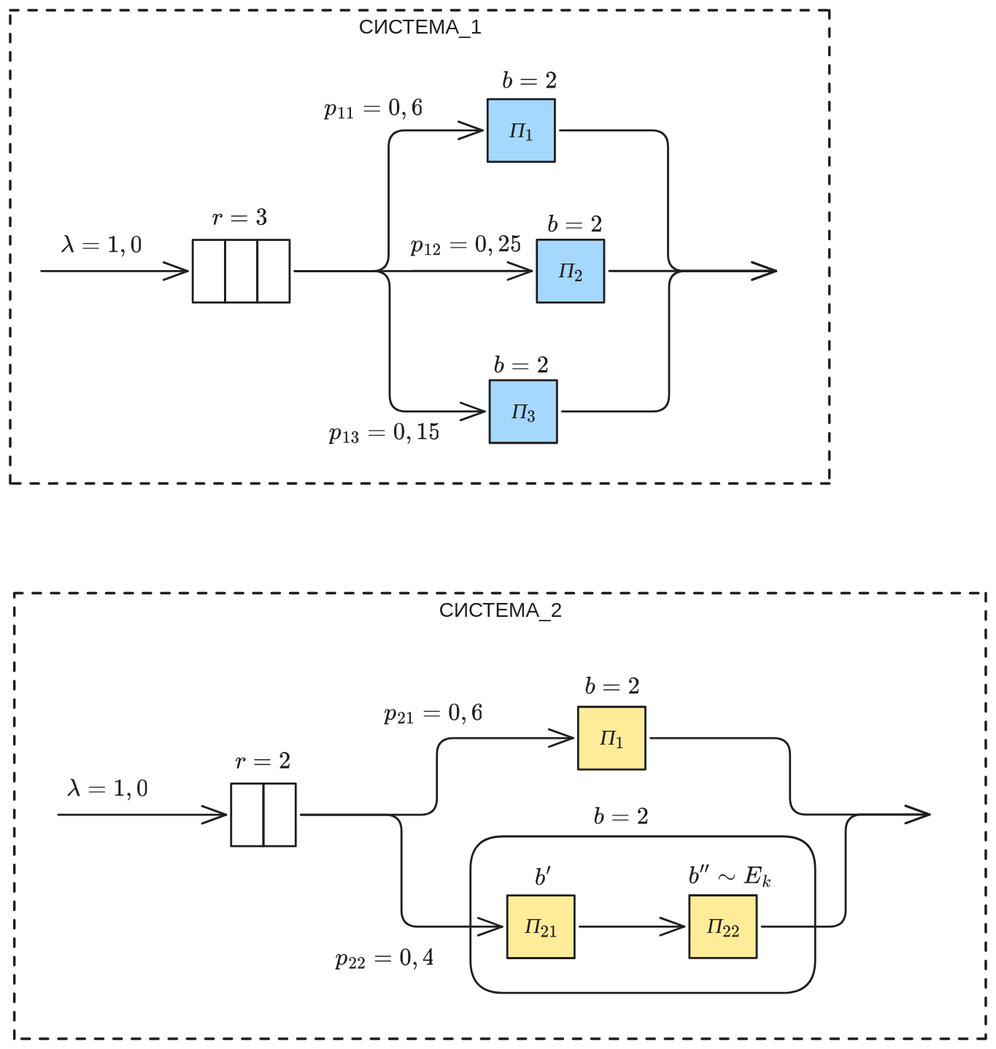
This is lab-2/res/modelling-lab-2.excalidraw.svg from e1turin/itmo-modelling-queuing-theory, a Excalidraw export, as it was before one commit. Source tidied: one line per element, renumbered; positions are measured from the earlier drawing's top-left corner, leaving out a move shared by most shapes.
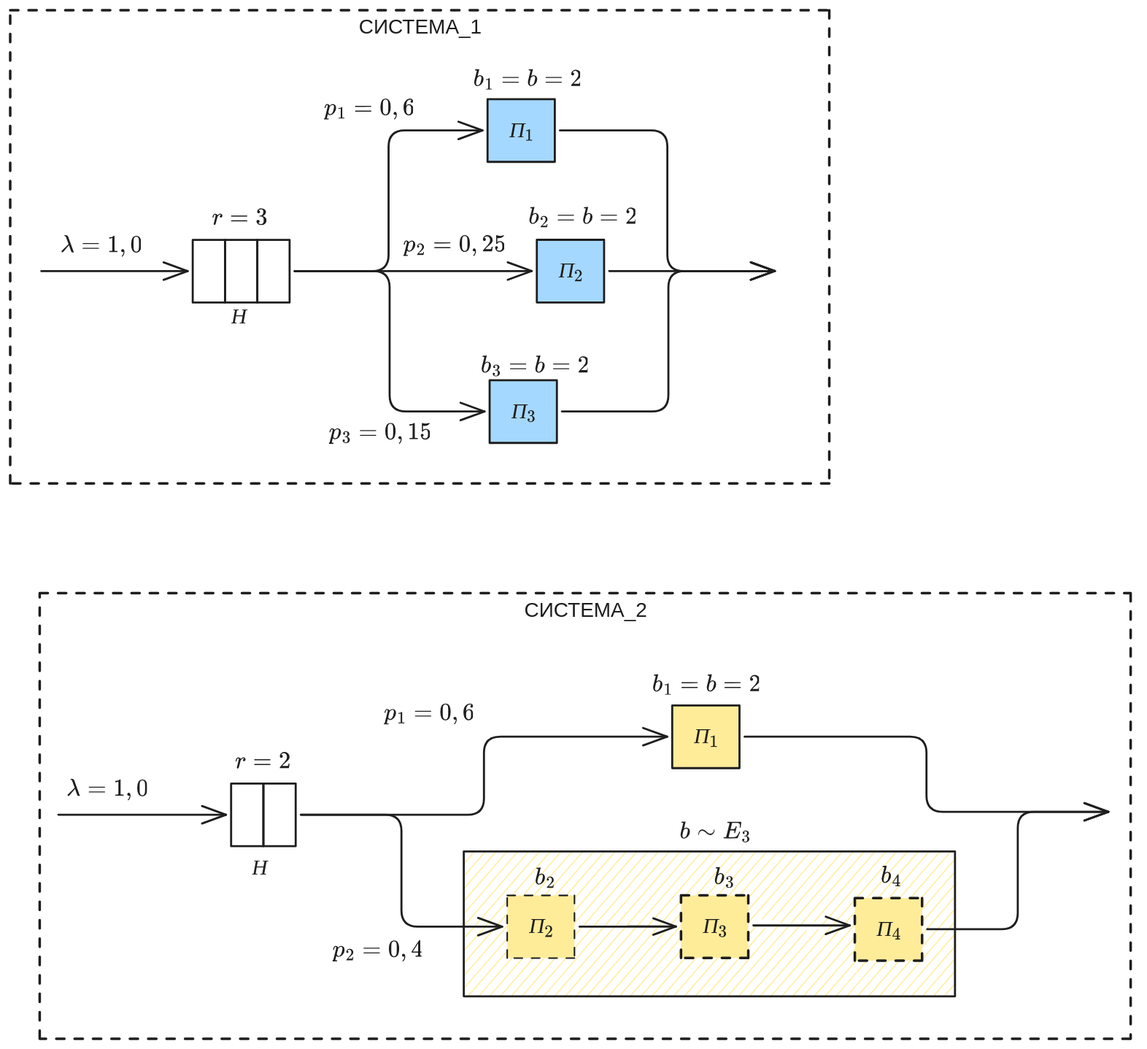
After the change.

What changed in the source:
```diff
@@ -1,7 +1,8 @@
+{"id": 53, "type": "rectangle", "strokeColor": "#1e1e1e", "backgroundColor": "#ffec99", "fillStyle": "hachure", "strokeWidth": 2, "roughness": 0, "x": 444, "y": 823, "width": 481, "height": 142}
+{"id": 2, "type": "rectangle", "strokeColor": "#1e1e1e", "strokeWidth": 2, "strokeStyle": "dashed", "roughness": 0, "x": 0, "y": 0, "width": 802, "height": 463}
+{"id": 3, "type": "text", "text": "СИСТЕМА_1", "strokeColor": "#1e1e1e", "strokeWidth": 2, "roughness": 0, "fontSize": 20, "fontFamily": 2, "textAlign": "center", "inside": 2, "x": 341, "y": 5, "width": 120, "height": 23}
-{"id": 0, "type": "rectangle", "strokeColor": "#1e1e1e", "strokeWidth": 2, "strokeStyle": "dashed", "roughness": 0, "x": 4, "y": 570, "width": 951, "height": 436}
+{"id": 0, "type": "rectangle", "strokeColor": "#1e1e1e", "strokeWidth": 2, "strokeStyle": "dashed", "roughness": 0, "x": 29, "y": 570, "width": 1068, "height": 436}
-{"id": 1, "type": "text", "text": "СИСТЕМА_2", "strokeColor": "#1e1e1e", "strokeWidth": 2, "roughness": 0, "fontSize": 20, "fontFamily": 2, "textAlign": "center", "inside": 0, "x": 419, "y": 575, "width": 120, "height": 23}
+{"id": 1, "type": "text", "text": "СИСТЕМА_2", "strokeColor": "#1e1e1e", "strokeWidth": 2, "roughness": 0, "fontSize": 20, "fontFamily": 2, "textAlign": "center", "inside": 0, "x": 503, "y": 575, "width": 120, "height": 23}
-{"id": 2, "type": "rectangle", "strokeColor": "#1e1e1e", "strokeWidth": 2, "strokeStyle": "dashed", "roughness": 0, "x": 0, "y": 0, "width": 802, "height": 463}
-{"id": 3, "type": "text", "text": "СИСТЕМА_1", "strokeColor": "#1e1e1e", "strokeWidth": 2, "roughness": 0, "fontSize": 20, "fontFamily": 2, "textAlign": "center", "inside": 2, "x": 341, "y": 5, "width": 120, "height": 23}
 {"id": 4, "type": "rectangle", "strokeColor": "#1e1e1e", "backgroundColor": "#a5d8ff", "fillStyle": "solid", "strokeWidth": 2, "roughness": 0, "x": 467, "y": 87, "width": 66, "height": 61}
 {"id": 5, "type": "text", "text": "П_1", "strokeColor": "#1e1e1e", "strokeWidth": 2, "roughness": 0, "fontSize": 20, "fontFamily": 2, "textAlign": "center", "verticalAlign": "middle", "inside": 4, "x": 488, "y": 106, "width": 24, "height": 23}
 {"id": 6, "type": "rectangle", "strokeColor": "#1e1e1e", "backgroundColor": "#a5d8ff", "fillStyle": "solid", "strokeWidth": 2, "roughness": 0, "x": 516, "y": 225, "width": 66, "height": 61}
@@ -15,42 +16,48 @@
 {"id": 14, "type": "arrow", "strokeColor": "#1e1e1e", "strokeWidth": 2, "roughness": 0, "endArrowhead": "arrow", "from": 12, "to": 6, "x": 279, "y": 255, "width": 232, "height": 0, "points": [[0, 0], [116, 0], [116, 0], [232, 0]]}
 {"id": 15, "type": "arrow", "strokeColor": "#1e1e1e", "strokeWidth": 2, "roughness": 0, "endArrowhead": "arrow", "from": 12, "to": 8, "x": 279, "y": 255, "width": 186, "height": 137, "points": [[0, 0], [93, 0], [93, 137], [186, 137]]}
 {"id": 16, "type": "ellipse", "strokeColor": "transparent", "strokeWidth": 2, "roughness": 0, "x": 3, "y": 244, "width": 23, "height": 23}
-{"id": 17, "type": "ellipse", "strokeColor": "transparent", "strokeWidth": 2, "roughness": 0, "x": 755, "y": 244, "width": 23, "height": 23}
+{"id": 17, "type": "ellipse", "strokeColor": "transparent", "strokeWidth": 2, "roughness": 0, "x": 754, "y": 244, "width": 23, "height": 23}
-{"id": 18, "type": "arrow", "strokeColor": "#1e1e1e", "strokeWidth": 2, "roughness": 0, "endArrowhead": "arrow", "from": 4, "to": 17, "x": 538, "y": 118, "width": 212, "height": 138, "points": [[0, 0], [106, 0], [106, 138], [212, 138]]}
+{"id": 18, "type": "arrow", "strokeColor": "#1e1e1e", "strokeWidth": 2, "roughness": 0, "endArrowhead": "arrow", "from": 4, "to": 17, "x": 538, "y": 118, "width": 210, "height": 138, "points": [[0, 0], [105, 0], [105, 138], [210, 138]]}
-{"id": 19, "type": "arrow", "strokeColor": "#1e1e1e", "strokeWidth": 2, "roughness": 0, "endArrowhead": "arrow", "from": 6, "to": 17, "x": 587, "y": 255, "width": 163, "height": 0, "points": [[0, 0], [82, 0], [82, 0], [163, 0]]}
+{"id": 19, "type": "arrow", "strokeColor": "#1e1e1e", "strokeWidth": 2, "roughness": 0, "endArrowhead": "arrow", "from": 6, "to": 17, "x": 587, "y": 255, "width": 162, "height": 0, "points": [[0, 0], [81, 0], [81, 0], [162, 0]]}
-{"id": 20, "type": "arrow", "strokeColor": "#1e1e1e", "strokeWidth": 2, "roughness": 0, "endArrowhead": "arrow", "from": 8, "to": 17, "x": 540, "y": 393, "width": 210, "height": 137, "points": [[0, 0], [105, 0], [105, -137], [210, -137]]}
+{"id": 20, "type": "arrow", "strokeColor": "#1e1e1e", "strokeWidth": 2, "roughness": 0, "endArrowhead": "arrow", "from": 8, "to": 17, "x": 540, "y": 393, "width": 208, "height": 137, "points": [[0, 0], [104, 0], [104, -137], [208, -137]]}
 {"id": 21, "type": "arrow", "strokeColor": "#1e1e1e", "strokeWidth": 2, "roughness": 0, "endArrowhead": "arrow", "from": 16, "to": 11, "x": 30, "y": 255, "width": 143, "height": 0, "points": [[0, 0], [72, 0], [72, 0], [143, 0]]}
 {"id": 22, "type": "text", "text": "/la", "strokeColor": "transparent", "strokeWidth": 2, "roughness": 0, "fontSize": 20, "fontFamily": 2, "x": 35, "y": 215, "width": 32, "height": 24}
 {"id": 23, "type": "text", "text": "\\lambda=1,0", "strokeColor": "#1e1e1e", "strokeWidth": 2, "roughness": 0, "fontSize": 20, "fontFamily": 2, "x": 49, "y": 219, "width": 80, "height": 23}
-{"id": 24, "type": "text", "text": "b=2", "strokeColor": "#1e1e1e", "strokeWidth": 2, "roughness": 0, "fontSize": 20, "fontFamily": 2, "x": 482, "y": 58, "width": 54, "height": 23}
+{"id": 24, "type": "text", "text": "b_1=b=2", "strokeColor": "#1e1e1e", "strokeWidth": 2, "roughness": 0, "fontSize": 20, "fontFamily": 2, "x": 453, "y": 56, "width": 105, "height": 23}
-{"id": 25, "type": "text", "text": "b=2", "strokeColor": "#1e1e1e", "strokeWidth": 2, "roughness": 0, "fontSize": 20, "fontFamily": 2, "x": 526, "y": 199, "width": 54, "height": 23}
+{"id": 25, "type": "text", "text": "b_2=b=2", "strokeColor": "#1e1e1e", "strokeWidth": 2, "roughness": 0, "fontSize": 20, "fontFamily": 2, "x": 508, "y": 191, "width": 105, "height": 23}
-{"id": 26, "type": "text", "text": "b=2", "strokeColor": "#1e1e1e", "strokeWidth": 2, "roughness": 0, "fontSize": 20, "fontFamily": 2, "x": 473, "y": 337, "width": 54, "height": 23}
+{"id": 26, "type": "text", "text": "b_3=b=2", "strokeColor": "#1e1e1e", "strokeWidth": 2, "roughness": 0, "fontSize": 20, "fontFamily": 2, "x": 461, "y": 337, "width": 105, "height": 23}
 {"id": 27, "type": "text", "text": "r=3", "strokeColor": "#1e1e1e", "strokeWidth": 2, "roughness": 0, "fontSize": 20, "fontFamily": 2, "x": 197, "y": 192, "width": 55, "height": 23}
-{"id": 28, "type": "rectangle", "strokeColor": "#1e1e1e", "backgroundColor": "#ffec99", "fillStyle": "solid", "strokeWidth": 2, "roughness": 0, "x": 556, "y": 682, "width": 66, "height": 61}
+{"id": 28, "type": "rectangle", "strokeColor": "#1e1e1e", "backgroundColor": "#ffec99", "fillStyle": "solid", "strokeWidth": 2, "roughness": 0, "x": 648, "y": 680, "width": 66, "height": 61}
-{"id": 29, "type": "text", "text": "П_1", "strokeColor": "#1e1e1e", "strokeWidth": 2, "roughness": 0, "fontSize": 20, "fontFamily": 2, "textAlign": "center", "verticalAlign": "middle", "inside": 28, "x": 577, "y": 701, "width": 24, "height": 23}
+{"id": 29, "type": "text", "text": "П_{1}", "strokeColor": "#1e1e1e", "strokeWidth": 2, "roughness": 0, "fontSize": 20, "fontFamily": 2, "textAlign": "center", "verticalAlign": "middle", "inside": 28, "x": 669, "y": 700, "width": 24, "height": 23}
 {"id": 30, "type": "rectangle", "strokeColor": "#1e1e1e", "strokeWidth": 2, "roughness": 0, "x": 216, "y": 757, "width": 32, "height": 61}
 {"id": 31, "type": "rectangle", "strokeColor": "#1e1e1e", "strokeWidth": 2, "roughness": 0, "x": 248, "y": 757, "width": 32, "height": 61}
-{"id": 32, "type": "arrow", "strokeColor": "#1e1e1e", "strokeWidth": 2, "roughness": 0, "endArrowhead": "arrow", "from": 31, "to": 28, "x": 285, "y": 787, "width": 266, "height": 75, "points": [[0, 0], [133, 0], [133, -75], [266, -75]]}
+{"id": 32, "type": "arrow", "strokeColor": "#1e1e1e", "strokeWidth": 2, "roughness": 0, "endArrowhead": "arrow", "from": 31, "to": 28, "x": 285, "y": 787, "width": 359, "height": 76, "points": [[0, 0], [179, 0], [179, -76], [359, -76]]}
 {"id": 33, "type": "arrow", "strokeColor": "#1e1e1e", "strokeWidth": 2, "roughness": 0, "endArrowhead": "arrow", "from": 31, "to": 43, "x": 285, "y": 787, "width": 197, "height": 110, "points": [[0, 0], [99, 0], [99, 110], [197, 110]]}
 {"id": 34, "type": "ellipse", "strokeColor": "transparent", "strokeWidth": 2, "roughness": 0, "x": 19, "y": 776, "width": 23, "height": 23}
-{"id": 35, "type": "ellipse", "strokeColor": "transparent", "strokeWidth": 2, "roughness": 0, "x": 905, "y": 776, "width": 23, "height": 23}
+{"id": 35, "type": "ellipse", "strokeColor": "transparent", "strokeWidth": 2, "roughness": 0, "x": 1080, "y": 773, "width": 23, "height": 23}
-{"id": 36, "type": "arrow", "strokeColor": "#1e1e1e", "strokeWidth": 2, "roughness": 0, "endArrowhead": "arrow", "from": 28, "to": 35, "x": 627, "y": 712, "width": 273, "height": 75, "points": [[0, 0], [137, 0], [137, 75], [273, 75]]}
+{"id": 36, "type": "arrow", "strokeColor": "#1e1e1e", "strokeWidth": 2, "roughness": 0, "endArrowhead": "arrow", "from": 28, "to": 35, "x": 719, "y": 711, "width": 356, "height": 74, "points": [[0, 0], [178, 0], [178, 74], [356, 74]]}
-{"id": 37, "type": "arrow", "strokeColor": "#1e1e1e", "strokeWidth": 2, "roughness": 0, "endArrowhead": "arrow", "from": 45, "to": 35, "x": 736, "y": 897, "width": 164, "height": 110, "points": [[0, 0], [82, 0], [82, -110], [164, -110]]}
+{"id": 37, "type": "arrow", "strokeColor": "#1e1e1e", "strokeWidth": 2, "roughness": 0, "endArrowhead": "arrow", "from": 45, "to": 35, "x": 898, "y": 899, "width": 177, "height": 115, "points": [[0, 0], [89, 0], [89, -115], [177, -115]]}
 {"id": 38, "type": "arrow", "strokeColor": "#1e1e1e", "strokeWidth": 2, "roughness": 0, "endArrowhead": "arrow", "from": 34, "to": 30, "x": 47, "y": 787, "width": 164, "height": 0, "points": [[0, 0], [82, 0], [82, 0], [164, 0]]}
 {"id": 39, "type": "text", "text": "\\lambda=1,0", "strokeColor": "#1e1e1e", "strokeWidth": 2, "roughness": 0, "fontSize": 20, "fontFamily": 2, "x": 55, "y": 751, "width": 80, "height": 23}
-{"id": 40, "type": "text", "text": "b=2", "strokeColor": "#1e1e1e", "strokeWidth": 2, "roughness": 0, "fontSize": 20, "fontFamily": 2, "x": 563, "y": 651, "width": 54, "height": 23}
+{"id": 40, "type": "text", "text": "b_1=b=2", "strokeColor": "#1e1e1e", "strokeWidth": 2, "roughness": 0, "fontSize": 20, "fontFamily": 2, "x": 629, "y": 649, "width": 105, "height": 23}
-{"id": 41, "type": "text", "text": "b=2", "strokeColor": "#1e1e1e", "strokeWidth": 2, "roughness": 0, "fontSize": 20, "fontFamily": 2, "x": 571, "y": 778, "width": 54, "height": 23}
+{"id": 41, "type": "text", "text": "b\\sim E_3", "strokeColor": "#1e1e1e", "strokeWidth": 2, "roughness": 0, "fontSize": 20, "fontFamily": 2, "x": 656, "y": 793, "width": 69, "height": 23}
 {"id": 42, "type": "text", "text": "r=2", "strokeColor": "#1e1e1e", "strokeWidth": 2, "roughness": 0, "fontSize": 20, "fontFamily": 2, "x": 220, "y": 724, "width": 55, "height": 23}
-{"id": 43, "type": "rectangle", "strokeColor": "#1e1e1e", "backgroundColor": "#ffec99", "fillStyle": "solid", "strokeWidth": 2, "roughness": 0, "x": 487, "y": 866, "width": 66, "height": 61}
+{"id": 43, "type": "rectangle", "strokeColor": "#1e1e1e", "backgroundColor": "#ffec99", "fillStyle": "solid", "strokeWidth": 1, "strokeStyle": "dashed", "roughness": 0, "x": 487, "y": 866, "width": 66, "height": 61}
-{"id": 44, "type": "text", "text": "П_{21\n}", "strokeColor": "#1e1e1e", "strokeWidth": 2, "roughness": 0, "fontSize": 20, "fontFamily": 2, "textAlign": "center", "verticalAlign": "middle", "inside": 43, "x": 503, "y": 886, "width": 33, "height": 23}
+{"id": 44, "type": "text", "text": "П_{2}", "strokeColor": "#1e1e1e", "strokeWidth": 2, "roughness": 0, "fontSize": 20, "fontFamily": 2, "textAlign": "center", "verticalAlign": "middle", "inside": 43, "x": 507, "y": 886, "width": 24, "height": 23}
-{"id": 45, "type": "rectangle", "strokeColor": "#1e1e1e", "backgroundColor": "#ffec99", "fillStyle": "solid", "strokeWidth": 2, "roughness": 0, "x": 665, "y": 866, "width": 66, "height": 61}
-{"id": 46, "type": "text", "text": "П_{22\n}", "strokeColor": "#1e1e1e", "strokeWidth": 2, "roughness": 0, "fontSize": 20, "fontFamily": 2, "textAlign": "center", "verticalAlign": "middle", "inside": 45, "x": 682, "y": 885, "width": 33, "height": 23}
+{"id": 56, "type": "rectangle", "strokeColor": "#1e1e1e", "backgroundColor": "#ffec99", "fillStyle": "solid", "strokeWidth": 2, "strokeStyle": "dashed", "roughness": 0, "x": 657, "y": 866, "width": 66, "height": 61}
+{"id": 57, "type": "text", "text": "П_{3}", "strokeColor": "#1e1e1e", "strokeWidth": 2, "roughness": 0, "fontSize": 20, "fontFamily": 2, "textAlign": "center", "verticalAlign": "middle", "inside": 56, "x": 678, "y": 885, "width": 24, "height": 23}
-{"id": 47, "type": "arrow", "strokeColor": "#1e1e1e", "strokeWidth": 2, "roughness": 0, "endArrowhead": "arrow", "from": 43, "to": 45, "x": 558, "y": 897, "width": 102, "height": 0, "points": [[0, 0], [51, 0], [51, 0], [102, 0]]}
+{"id": 47, "type": "arrow", "strokeColor": "#1e1e1e", "strokeWidth": 2, "roughness": 0, "endArrowhead": "arrow", "from": 43, "to": 56, "x": 558, "y": 897, "width": 94, "height": 0, "points": [[0, 0], [47, 0], [47, 0], [94, 0]]}
-{"id": 48, "type": "text", "text": "p_{11}=0,6", "strokeColor": "#1e1e1e", "strokeWidth": 2, "roughness": 0, "fontSize": 20, "fontFamily": 2, "x": 307, "y": 85, "width": 95, "height": 23}
+{"id": 48, "type": "text", "text": "p_{1}=0,6", "strokeColor": "#1e1e1e", "strokeWidth": 2, "roughness": 0, "fontSize": 20, "fontFamily": 2, "x": 307, "y": 85, "width": 87, "height": 23}
-{"id": 49, "type": "text", "text": "p_{13}=0,15", "strokeColor": "#1e1e1e", "strokeWidth": 2, "roughness": 0, "fontSize": 20, "fontFamily": 2, "x": 312, "y": 402, "width": 107, "height": 23}
+{"id": 49, "type": "text", "text": "p_{3}=0,15", "strokeColor": "#1e1e1e", "strokeWidth": 2, "roughness": 0, "fontSize": 20, "fontFamily": 2, "x": 312, "y": 402, "width": 99, "height": 23}
-{"id": 50, "type": "text", "text": "p_{12}=0,25", "strokeColor": "#1e1e1e", "strokeWidth": 2, "roughness": 0, "fontSize": 20, "fontFamily": 2, "x": 392, "y": 218, "width": 107, "height": 23}
+{"id": 50, "type": "text", "text": "p_{2}=0,25", "strokeColor": "#1e1e1e", "strokeWidth": 2, "roughness": 0, "fontSize": 20, "fontFamily": 2, "x": 385, "y": 218, "width": 99, "height": 23}
-{"id": 51, "type": "text", "text": "p_{22}=0,4", "strokeColor": "#1e1e1e", "strokeWidth": 2, "roughness": 0, "fontSize": 20, "fontFamily": 2, "x": 318, "y": 916, "width": 95, "height": 23}
+{"id": 51, "type": "text", "text": "p_{2}=0,4", "strokeColor": "#1e1e1e", "strokeWidth": 2, "roughness": 0, "fontSize": 20, "fontFamily": 2, "x": 316, "y": 909, "width": 87, "height": 23}
-{"id": 52, "type": "text", "text": "p_{21}=0,6", "strokeColor": "#1e1e1e", "strokeWidth": 2, "roughness": 0, "fontSize": 20, "fontFamily": 2, "x": 366, "y": 677, "width": 95, "height": 23}
+{"id": 52, "type": "text", "text": "p_{1}=0,6", "strokeColor": "#1e1e1e", "strokeWidth": 2, "roughness": 0, "fontSize": 20, "fontFamily": 2, "x": 366, "y": 677, "width": 87, "height": 23}
-{"id": 53, "type": "rectangle", "strokeColor": "#1e1e1e", "strokeWidth": 2, "roughness": 0, "round": true, "x": 451, "y": 809, "width": 337, "height": 153}
+{"id": 58, "type": "text", "text": "b_3", "strokeColor": "#1e1e1e", "strokeWidth": 2, "roughness": 0, "fontSize": 20, "fontFamily": 2, "x": 689, "y": 837, "width": 20, "height": 23}
+{"id": 55, "type": "text", "text": "b_2", "strokeColor": "#1e1e1e", "strokeWidth": 2, "roughness": 0, "fontSize": 20, "fontFamily": 2, "x": 514, "y": 838, "width": 20, "height": 23}
+{"id": 59, "type": "text", "text": "Н~", "strokeColor": "#1e1e1e", "strokeWidth": 2, "roughness": 0, "fontSize": 20, "fontFamily": 2, "x": 216, "y": 289, "width": 20, "height": 23}
+{"id": 60, "type": "text", "text": "Н~", "strokeColor": "#1e1e1e", "strokeWidth": 2, "roughness": 0, "fontSize": 20, "fontFamily": 2, "x": 237, "y": 828, "width": 20, "height": 23}
+{"id": 45, "type": "rectangle", "strokeColor": "#1e1e1e", "backgroundColor": "#ffec99", "fillStyle": "solid", "strokeWidth": 2, "strokeStyle": "dashed", "roughness": 0, "x": 827, "y": 869, "width": 66, "height": 61}
+{"id": 46, "type": "text", "text": "П_{4}", "strokeColor": "#1e1e1e", "strokeWidth": 2, "roughness": 0, "fontSize": 20, "fontFamily": 2, "textAlign": "center", "verticalAlign": "middle", "inside": 45, "x": 848, "y": 888, "width": 24, "height": 23}
-{"id": 54, "type": "text", "text": "b''\\sim E_k", "strokeColor": "#1e1e1e", "strokeWidth": 2, "roughness": 0, "fontSize": 20, "fontFamily": 2, "x": 664, "y": 836, "width": 80, "height": 23}
+{"id": 54, "type": "text", "text": "b_4", "strokeColor": "#1e1e1e", "strokeWidth": 2, "roughness": 0, "fontSize": 20, "fontFamily": 2, "x": 852, "y": 836, "width": 20, "height": 23}
-{"id": 55, "type": "text", "text": "b'", "strokeColor": "#1e1e1e", "strokeWidth": 2, "roughness": 0, "fontSize": 20, "fontFamily": 2, "x": 514, "y": 838, "width": 17, "height": 23}
+{"id": 61, "type": "arrow", "strokeColor": "#ffffff", "backgroundColor": "#ffffff", "fillStyle": "solid", "strokeWidth": 2, "roughness": 0, "startArrowhead": "triangle", "endArrowhead": "triangle", "from": 56, "x": 731, "y": 893, "width": 63, "height": 4, "points": [[0, 0], [63, 4]]}
+{"id": 62, "type": "arrow", "strokeColor": "#1e1e1e", "backgroundColor": "#ffffff", "fillStyle": "solid", "strokeWidth": 2, "roughness": 0, "endArrowhead": "arrow", "from": 56, "to": 45, "x": 728, "y": 896, "width": 94, "height": 0, "points": [[0, 0], [94, 0]]}
```
